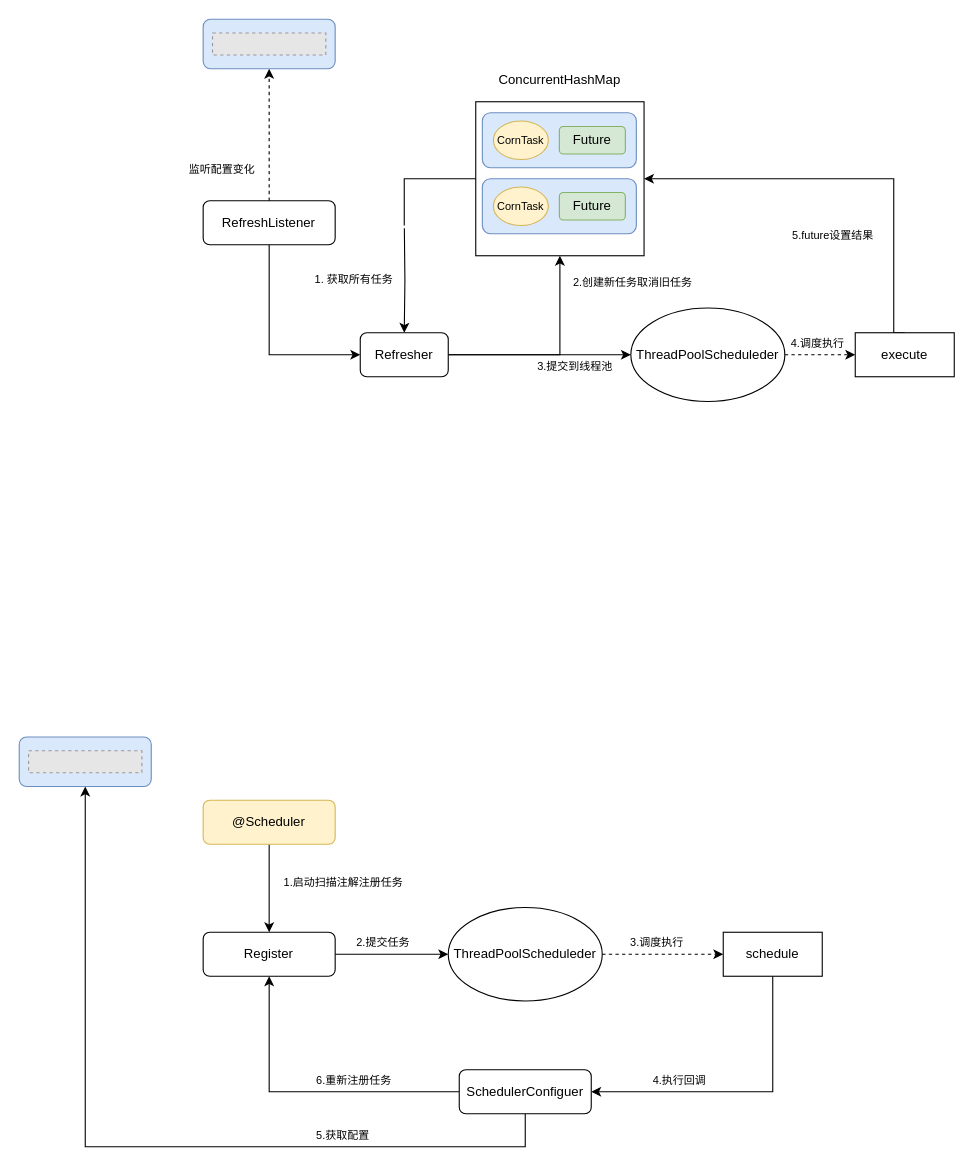
Before: page "动态定时任务" (3 of 5) of Untitled Diagram.drawio in vvhard/draw_io, a draw.io diagram. Source tidied: cells renumbered, new cells numbered last; positions are measured from the earlier drawing's top-left corner, leaving out a move shared by most shapes. Both pictures are drawn from the tidied source at 110%, with x=0, y=0 at pixel (19, 19). Pictures stored in the file or linked from it are replaced by grey dashed boxes.
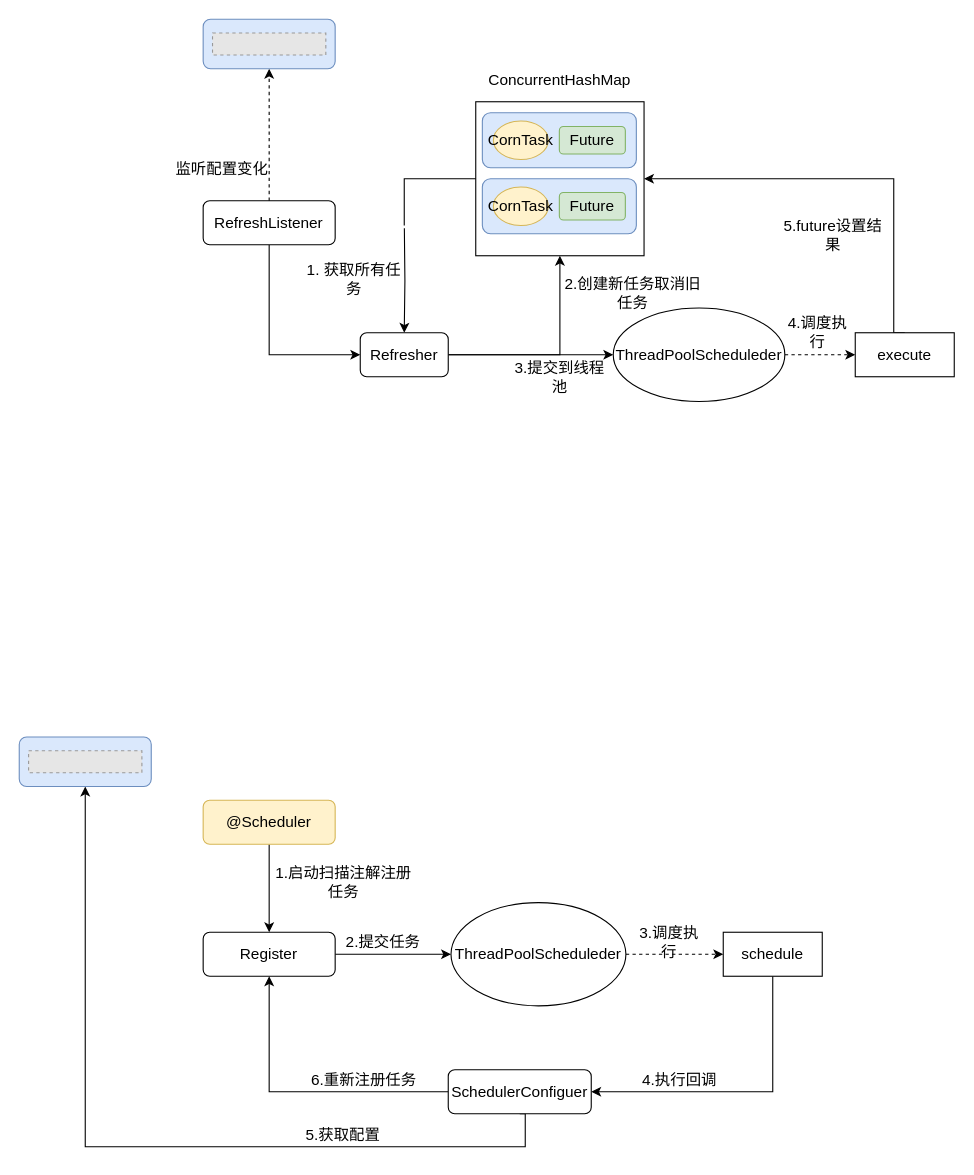
The same diagram, later.

What changed in the source:
```diff
@@
-    <mxCell id="2" value="ThreadPoolScheduleder" style="ellipse;whiteSpace=wrap;html=1;" parent="1" vertex="1">
-      <mxGeometry x="556" y="262.5" width="140" height="85" as="geometry" />
+    <mxCell id="2" value="&lt;font style=&quot;font-size: 14px;&quot;&gt;ThreadPoolScheduleder&lt;/font&gt;" style="ellipse;whiteSpace=wrap;html=1;" parent="1" vertex="1">
+      <mxGeometry x="540" y="262.5" width="156" height="85" as="geometry" />
     </mxCell>
@@
-    <mxCell id="6" value="RefreshListener" style="rounded=1;whiteSpace=wrap;html=1;" parent="1" vertex="1">
+    <mxCell id="6" value="&lt;font style=&quot;font-size: 14px;&quot;&gt;RefreshListener&lt;/font&gt;" style="rounded=1;whiteSpace=wrap;html=1;" parent="1" vertex="1">
       <mxGeometry x="167.2" y="165" width="120" height="40" as="geometry" />
     </mxCell>
@@
-    <mxCell id="9" value="execute" style="rounded=0;whiteSpace=wrap;html=1;" parent="1" vertex="1">
+    <mxCell id="9" value="&lt;font style=&quot;font-size: 14px;&quot;&gt;execute&lt;/font&gt;" style="rounded=0;whiteSpace=wrap;html=1;" parent="1" vertex="1">
       <mxGeometry x="760" y="285" width="90" height="40" as="geometry" />
     </mxCell>
@@
-    <mxCell id="12" value="Refresher" style="rounded=1;whiteSpace=wrap;html=1;" parent="1" vertex="1">
+    <mxCell id="12" value="&lt;font style=&quot;font-size: 14px;&quot;&gt;Refresher&lt;/font&gt;" style="rounded=1;whiteSpace=wrap;html=1;" parent="1" vertex="1">
       <mxGeometry x="310" y="285" width="80" height="40" as="geometry" />
     </mxCell>
-    <mxCell id="13" value="ConcurrentHashMap" style="text;html=1;align=center;verticalAlign=middle;strokeColor=none;fillColor=none;" parent="1" vertex="1">
-      <mxGeometry x="426" y="45" width="130" height="20" as="geometry" />
+    <mxCell id="13" value="&lt;font style=&quot;font-size: 14px;&quot;&gt;ConcurrentHashMap&lt;/font&gt;" style="text;html=1;align=center;verticalAlign=middle;strokeColor=none;fillColor=none;" parent="1" vertex="1">
+      <mxGeometry x="421" y="45" width="140" height="20" as="geometry" />
     </mxCell>
@@
-    <mxCell id="15" value="Future" style="rounded=1;whiteSpace=wrap;html=1;fillColor=#d5e8d4;strokeColor=#82b366;" parent="1" vertex="1">
+    <mxCell id="15" value="&lt;font style=&quot;font-size: 14px;&quot;&gt;Future&lt;/font&gt;" style="rounded=1;whiteSpace=wrap;html=1;fillColor=#d5e8d4;strokeColor=#82b366;" parent="1" vertex="1">
       <mxGeometry x="491" y="97.5" width="60" height="25" as="geometry" />
     </mxCell>
-    <mxCell id="16" value="CornTask" style="ellipse;whiteSpace=wrap;html=1;fontSize=10;fillColor=#fff2cc;strokeColor=#d6b656;" parent="1" vertex="1">
+    <mxCell id="16" value="&lt;font style=&quot;font-size: 14px;&quot;&gt;CornTask&lt;/font&gt;" style="ellipse;whiteSpace=wrap;html=1;fontSize=10;fillColor=#fff2cc;strokeColor=#d6b656;" parent="1" vertex="1">
       <mxGeometry x="431" y="92.5" width="50" height="35" as="geometry" />
     </mxCell>
@@
-    <mxCell id="18" value="Future" style="rounded=1;whiteSpace=wrap;html=1;fillColor=#d5e8d4;strokeColor=#82b366;" parent="1" vertex="1">
+    <mxCell id="18" value="&lt;font style=&quot;font-size: 14px;&quot;&gt;Future&lt;/font&gt;" style="rounded=1;whiteSpace=wrap;html=1;fillColor=#d5e8d4;strokeColor=#82b366;" parent="1" vertex="1">
       <mxGeometry x="491" y="157.5" width="60" height="25" as="geometry" />
     </mxCell>
-    <mxCell id="19" value="CornTask" style="ellipse;whiteSpace=wrap;html=1;fontSize=10;fillColor=#fff2cc;strokeColor=#d6b656;" parent="1" vertex="1">
+    <mxCell id="19" value="&lt;font style=&quot;font-size: 14px;&quot;&gt;CornTask&lt;/font&gt;" style="ellipse;whiteSpace=wrap;html=1;fontSize=10;fillColor=#fff2cc;strokeColor=#d6b656;" parent="1" vertex="1">
       <mxGeometry x="431" y="152.5" width="50" height="35" as="geometry" />
     </mxCell>
@@
-    <mxCell id="24" value="3.提交到线程池" style="text;html=1;strokeColor=none;fillColor=none;align=center;verticalAlign=middle;whiteSpace=wrap;rounded=0;fontSize=10;" parent="1" vertex="1">
-      <mxGeometry x="460" y="305" width="91" height="20" as="geometry" />
+    <mxCell id="24" value="&lt;font style=&quot;font-size: 14px;&quot;&gt;3.提交到线程池&lt;/font&gt;" style="text;html=1;strokeColor=none;fillColor=none;align=center;verticalAlign=middle;whiteSpace=wrap;rounded=0;fontSize=10;" parent="1" vertex="1">
+      <mxGeometry x="446" y="315" width="91" height="20" as="geometry" />
     </mxCell>
-    <mxCell id="25" value="2.创建新任务取消旧任务" style="text;html=1;strokeColor=none;fillColor=none;align=center;verticalAlign=middle;whiteSpace=wrap;rounded=0;fontSize=10;" parent="1" vertex="1">
-      <mxGeometry x="491" y="225" width="134" height="27.5" as="geometry" />
+    <mxCell id="25" value="&lt;font style=&quot;font-size: 14px;&quot;&gt;2.创建新任务取消旧任务&lt;/font&gt;" style="text;html=1;strokeColor=none;fillColor=none;align=center;verticalAlign=middle;whiteSpace=wrap;rounded=0;fontSize=10;" parent="1" vertex="1">
+      <mxGeometry x="491" y="235" width="134" height="27.5" as="geometry" />
     </mxCell>
@@
-    <mxCell id="27" value="1. 获取所有任务" style="text;html=1;strokeColor=none;fillColor=none;align=center;verticalAlign=middle;whiteSpace=wrap;rounded=0;fontSize=10;" parent="1" vertex="1">
+    <mxCell id="27" value="&lt;font style=&quot;font-size: 14px;&quot;&gt;1. 获取所有任务&lt;/font&gt;" style="text;html=1;strokeColor=none;fillColor=none;align=center;verticalAlign=middle;whiteSpace=wrap;rounded=0;fontSize=10;" parent="1" vertex="1">
       <mxGeometry x="260" y="235" width="88.5" height="2.5" as="geometry" />
     </mxCell>
-    <mxCell id="28" value="4.调度执行" style="text;html=1;strokeColor=none;fillColor=none;align=center;verticalAlign=middle;whiteSpace=wrap;rounded=0;fontSize=10;" parent="1" vertex="1">
-      <mxGeometry x="696" y="285" width="60" height="17.5" as="geometry" />
+    <mxCell id="28" value="&lt;font style=&quot;font-size: 14px;&quot;&gt;4.调度执行&lt;/font&gt;" style="text;html=1;strokeColor=none;fillColor=none;align=center;verticalAlign=middle;whiteSpace=wrap;rounded=0;fontSize=10;" parent="1" vertex="1">
+      <mxGeometry x="696" y="275" width="60" height="17.5" as="geometry" />
     </mxCell>
-    <mxCell id="29" value="5.future设置结果" style="text;html=1;strokeColor=none;fillColor=none;align=center;verticalAlign=middle;whiteSpace=wrap;rounded=0;fontSize=10;" parent="1" vertex="1">
+    <mxCell id="29" value="&lt;font style=&quot;font-size: 14px;&quot;&gt;5.future设置结果&lt;/font&gt;" style="text;html=1;strokeColor=none;fillColor=none;align=center;verticalAlign=middle;whiteSpace=wrap;rounded=0;fontSize=10;" parent="1" vertex="1">
       <mxGeometry x="690" y="187.5" width="100" height="17.5" as="geometry" />
     </mxCell>
-    <mxCell id="30" value="监听配置变化" style="text;html=1;strokeColor=none;fillColor=none;align=center;verticalAlign=middle;whiteSpace=wrap;rounded=0;fontSize=10;" parent="1" vertex="1">
+    <mxCell id="30" value="&lt;font style=&quot;font-size: 14px;&quot;&gt;监听配置变化&lt;/font&gt;" style="text;html=1;strokeColor=none;fillColor=none;align=center;verticalAlign=middle;whiteSpace=wrap;rounded=0;fontSize=10;" parent="1" vertex="1">
       <mxGeometry x="140" y="135" width="88.5" height="2.5" as="geometry" />
     </mxCell>
     <mxCell id="31" style="ellipse;whiteSpace=wrap;html=1;" parent="1" vertex="1">
-      <mxGeometry x="390" y="807.5" width="140" height="85" as="geometry" />
+      <mxGeometry x="392.5" y="803.1" width="159" height="93.8" as="geometry" />
     </mxCell>
@@
-    <mxCell id="33" value="@Scheduler" style="rounded=1;whiteSpace=wrap;html=1;fillColor=#fff2cc;strokeColor=#d6b656;" parent="1" vertex="1">
+    <mxCell id="33" value="&lt;font style=&quot;font-size: 14px;&quot;&gt;@Scheduler&lt;/font&gt;" style="rounded=1;whiteSpace=wrap;html=1;fillColor=#fff2cc;strokeColor=#d6b656;" parent="1" vertex="1">
       <mxGeometry x="167.2" y="710" width="120" height="40" as="geometry" />
     </mxCell>
@@
-    <mxCell id="36" value="schedule" style="rounded=0;whiteSpace=wrap;html=1;" parent="1" vertex="1">
+    <mxCell id="36" value="&lt;font style=&quot;font-size: 14px;&quot;&gt;schedule&lt;/font&gt;" style="rounded=0;whiteSpace=wrap;html=1;" parent="1" vertex="1">
       <mxGeometry x="640" y="830" width="90" height="40" as="geometry" />
     </mxCell>
-    <mxCell id="37" value="3.调度执行" style="text;html=1;strokeColor=none;fillColor=none;align=center;verticalAlign=middle;whiteSpace=wrap;rounded=0;fontSize=10;" parent="1" vertex="1">
-      <mxGeometry x="550" y="830" width="60" height="17.5" as="geometry" />
+    <mxCell id="37" value="&lt;font style=&quot;font-size: 14px;&quot;&gt;3.调度执行&lt;/font&gt;" style="text;html=1;strokeColor=none;fillColor=none;align=center;verticalAlign=middle;whiteSpace=wrap;rounded=0;fontSize=10;" parent="1" vertex="1">
+      <mxGeometry x="561" y="830" width="60" height="17.5" as="geometry" />
     </mxCell>
@@
-    <mxCell id="39" value="Register" style="rounded=1;whiteSpace=wrap;html=1;" parent="1" vertex="1">
+    <mxCell id="39" value="&lt;font style=&quot;font-size: 14px;&quot;&gt;Register&lt;/font&gt;" style="rounded=1;whiteSpace=wrap;html=1;" parent="1" vertex="1">
       <mxGeometry x="167.2" y="830" width="120" height="40" as="geometry" />
     </mxCell>
@@
-    <mxCell id="42" value="SchedulerConfiguer" style="rounded=1;whiteSpace=wrap;html=1;" parent="1" vertex="1">
-      <mxGeometry x="400" y="955" width="120" height="40" as="geometry" />
+    <mxCell id="42" value="&lt;font style=&quot;font-size: 14px;&quot;&gt;SchedulerConfiguer&lt;/font&gt;" style="rounded=1;whiteSpace=wrap;html=1;" parent="1" vertex="1">
+      <mxGeometry x="390" y="955" width="130" height="40" as="geometry" />
     </mxCell>
-    <mxCell id="43" value="1.启动扫描注解注册任务" style="text;html=1;strokeColor=none;fillColor=none;align=center;verticalAlign=middle;whiteSpace=wrap;rounded=0;fontSize=10;" parent="1" vertex="1">
+    <mxCell id="43" value="&lt;font style=&quot;font-size: 14px;&quot;&gt;1.启动扫描注解注册任务&lt;/font&gt;" style="text;html=1;strokeColor=none;fillColor=none;align=center;verticalAlign=middle;whiteSpace=wrap;rounded=0;fontSize=10;" parent="1" vertex="1">
       <mxGeometry x="228.5" y="775" width="131.5" height="17.5" as="geometry" />
     </mxCell>
-    <mxCell id="44" value="2.提交任务" style="text;html=1;strokeColor=none;fillColor=none;align=center;verticalAlign=middle;whiteSpace=wrap;rounded=0;fontSize=10;" parent="1" vertex="1">
+    <mxCell id="44" value="&lt;font style=&quot;font-size: 14px;&quot;&gt;2.提交任务&lt;/font&gt;" style="text;html=1;strokeColor=none;fillColor=none;align=center;verticalAlign=middle;whiteSpace=wrap;rounded=0;fontSize=10;" parent="1" vertex="1">
       <mxGeometry x="280" y="830" width="101.5" height="17.5" as="geometry" />
     </mxCell>
-    <mxCell id="45" value="&lt;span style=&quot;font-size: 12px;&quot;&gt;ThreadPoolScheduleder&lt;/span&gt;" style="text;html=1;strokeColor=none;fillColor=none;align=center;verticalAlign=middle;whiteSpace=wrap;rounded=0;fontFamily=Helvetica;fontSize=10;fontColor=default;" parent="1" vertex="1">
-      <mxGeometry x="395" y="835" width="130" height="30" as="geometry" />
+    <mxCell id="45" value="&lt;font style=&quot;font-size: 14px;&quot;&gt;ThreadPoolScheduleder&lt;/font&gt;" style="text;html=1;strokeColor=none;fillColor=none;align=center;verticalAlign=middle;whiteSpace=wrap;rounded=0;fontFamily=Helvetica;fontSize=10;fontColor=default;" parent="1" vertex="1">
+      <mxGeometry x="407" y="835" width="130" height="30" as="geometry" />
     </mxCell>
@@
-    <mxCell id="49" value="4.执行回调" style="text;html=1;strokeColor=none;fillColor=none;align=center;verticalAlign=middle;whiteSpace=wrap;rounded=0;fontSize=10;" parent="1" vertex="1">
+    <mxCell id="49" value="&lt;font style=&quot;font-size: 14px;&quot;&gt;4.执行回调&lt;/font&gt;" style="text;html=1;strokeColor=none;fillColor=none;align=center;verticalAlign=middle;whiteSpace=wrap;rounded=0;fontSize=10;" parent="1" vertex="1">
       <mxGeometry x="561" y="955" width="79" height="17.5" as="geometry" />
     </mxCell>
-    <mxCell id="50" value="5.获取配置" style="text;html=1;strokeColor=none;fillColor=none;align=center;verticalAlign=middle;whiteSpace=wrap;rounded=0;fontSize=10;" parent="1" vertex="1">
+    <mxCell id="50" value="&lt;font style=&quot;font-size: 14px;&quot;&gt;5.获取配置&lt;/font&gt;" style="text;html=1;strokeColor=none;fillColor=none;align=center;verticalAlign=middle;whiteSpace=wrap;rounded=0;fontSize=10;" parent="1" vertex="1">
       <mxGeometry x="254.8" y="1005" width="79" height="17.5" as="geometry" />
     </mxCell>
-    <mxCell id="51" value="6.重新注册任务" style="text;html=1;strokeColor=none;fillColor=none;align=center;verticalAlign=middle;whiteSpace=wrap;rounded=0;fontSize=10;" parent="1" vertex="1">
-      <mxGeometry x="256.6" y="955" width="95.2" height="17.5" as="geometry" />
+    <mxCell id="51" value="&lt;font style=&quot;font-size: 14px;&quot;&gt;6.重新注册任务&lt;/font&gt;" style="text;html=1;strokeColor=none;fillColor=none;align=center;verticalAlign=middle;whiteSpace=wrap;rounded=0;fontSize=10;" parent="1" vertex="1">
+      <mxGeometry x="256.6" y="955" width="113.4" height="17.5" as="geometry" />
     </mxCell>
```
